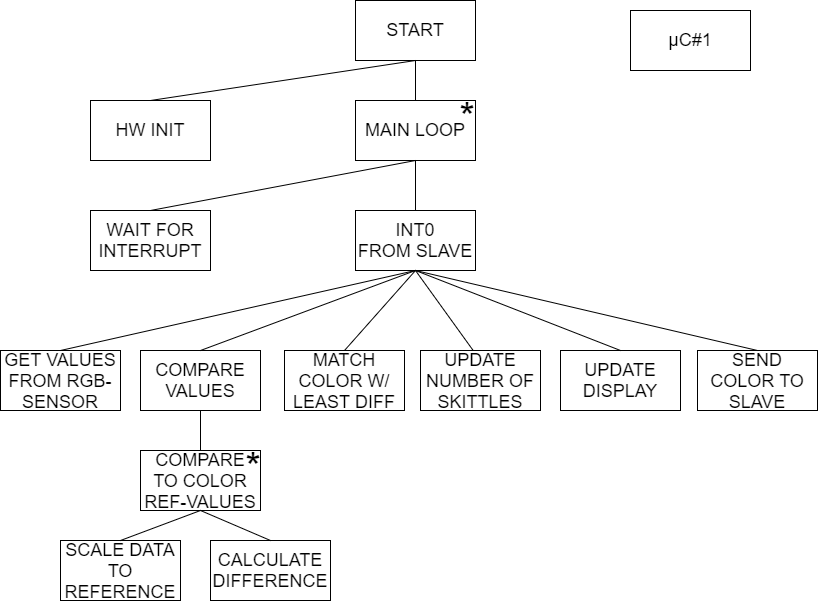
JoeyStrandnes/TSIU51_Plotter keeps this draw.io diagram as Project Guidelines/Images/jspv1.png. Above is the earlier version. Source tidied: cells renumbered, new cells last; positions are measured from the earlier drawing's top-left corner, leaving out a move shared by most shapes.
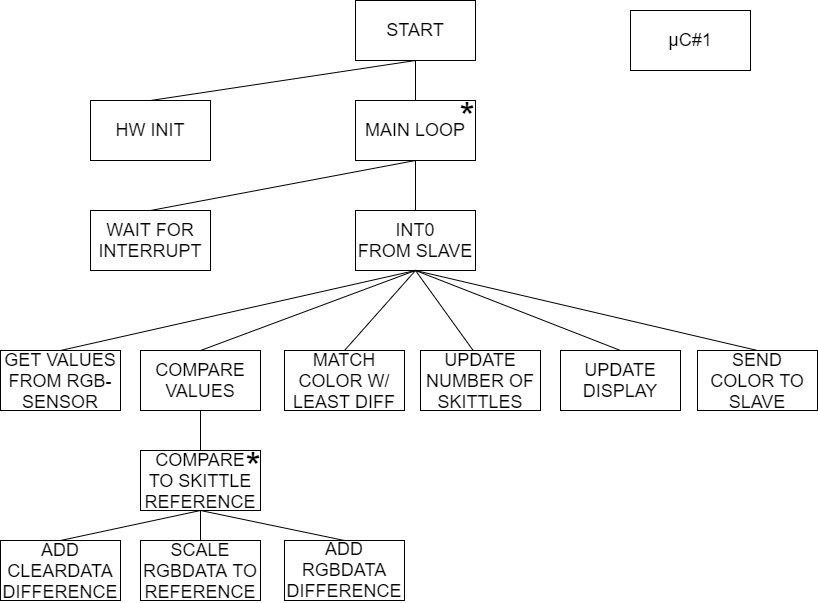
After the change.

Change to the diagram source:
```diff
@@ -29,10 +29,10 @@
     <mxCell id="10" style="endArrow=none;html=1;exitX=0.5;exitY=0;exitDx=0;exitDy=0;entryX=0.5;entryY=1;entryDx=0;entryDy=0;" parent="1" edge="1" source="8" target="4">
       <mxGeometry relative="1" as="geometry" />
     </mxCell>
-    <mxCell id="11" value="&lt;font style=&quot;font-size: 18px&quot;&gt;SCALE DATA TO REFERENCE&lt;br&gt;&lt;/font&gt;" style="rounded=0;whiteSpace=wrap;html=1;spacingTop=1;" parent="1" vertex="1">
-      <mxGeometry x="60" y="540" width="120" height="60" as="geometry" />
+    <mxCell id="11" value="&lt;font style=&quot;font-size: 18px&quot;&gt;SCALE RGBDATA TO REFERENCE&lt;br&gt;&lt;/font&gt;" style="rounded=0;whiteSpace=wrap;html=1;spacingTop=1;" parent="1" vertex="1">
+      <mxGeometry x="140" y="540" width="120" height="60" as="geometry" />
     </mxCell>
-    <mxCell id="12" value="&lt;font style=&quot;font-size: 18px&quot;&gt;COMPARE TO COLOR REF-VALUES&lt;br&gt;&lt;/font&gt;" style="rounded=0;whiteSpace=wrap;html=1;spacingTop=1;" parent="1" vertex="1">
+    <mxCell id="12" value="&lt;font style=&quot;font-size: 18px&quot;&gt;COMPARE TO SKITTLE REFERENCE&lt;br&gt;&lt;/font&gt;" style="rounded=0;whiteSpace=wrap;html=1;spacingTop=1;" parent="1" vertex="1">
       <mxGeometry x="140" y="450" width="120" height="60" as="geometry" />
     </mxCell>
     <mxCell id="13" value="&lt;font style=&quot;font-size: 40px&quot;&gt;*&lt;/font&gt;" style="text;html=1;strokeColor=none;fillColor=none;align=center;verticalAlign=middle;whiteSpace=wrap;rounded=0;" parent="1" vertex="1">
@@ -41,8 +41,8 @@
     <mxCell id="14" style="endArrow=none;html=1;exitX=0.5;exitY=0;exitDx=0;exitDy=0;entryX=0.5;entryY=1;entryDx=0;entryDy=0;" parent="1" edge="1" source="12" target="8">
       <mxGeometry relative="1" as="geometry" />
     </mxCell>
-    <mxCell id="15" value="&lt;font style=&quot;font-size: 18px&quot;&gt;CALCULATE DIFFERENCE&lt;br&gt;&lt;/font&gt;" style="rounded=0;whiteSpace=wrap;html=1;" parent="1" vertex="1">
-      <mxGeometry x="210" y="540" width="120" height="60" as="geometry" />
+    <mxCell id="15" value="&lt;font style=&quot;font-size: 18px&quot;&gt;ADD RGBDATA DIFFERENCE&lt;br&gt;&lt;/font&gt;" style="rounded=0;whiteSpace=wrap;html=1;" parent="1" vertex="1">
+      <mxGeometry x="284" y="540" width="120" height="60" as="geometry" />
     </mxCell>
     <mxCell id="16" style="endArrow=none;html=1;exitX=0.5;exitY=0;exitDx=0;exitDy=0;entryX=0.5;entryY=1;entryDx=0;entryDy=0;" parent="1" edge="1" source="11" target="12">
       <mxGeometry relative="1" as="geometry" />
@@ -92,5 +92,11 @@
     <mxCell id="31" value="&lt;font style=&quot;font-size: 18px&quot;&gt;UPDATE NUMBER OF SKITTLES&lt;br&gt;&lt;/font&gt;" style="rounded=0;whiteSpace=wrap;html=1;spacingTop=1;" parent="1" vertex="1">
       <mxGeometry x="420" y="350" width="120" height="60" as="geometry" />
     </mxCell>
+    <mxCell id="32" value="&lt;font style=&quot;font-size: 18px&quot;&gt;ADD CLEARDATA DIFFERENCE&lt;br&gt;&lt;/font&gt;" style="rounded=0;whiteSpace=wrap;html=1;spacingTop=1;" parent="1" vertex="1">
+      <mxGeometry y="540" width="120" height="60" as="geometry" />
+    </mxCell>
+    <mxCell id="33" style="endArrow=none;html=1;exitX=0.5;exitY=0;exitDx=0;exitDy=0;entryX=0.5;entryY=1;entryDx=0;entryDy=0;" parent="1" edge="1" source="32" target="12">
+      <mxGeometry relative="1" as="geometry" />
+    </mxCell>
   </root>
 </mxGraphModel>
```
